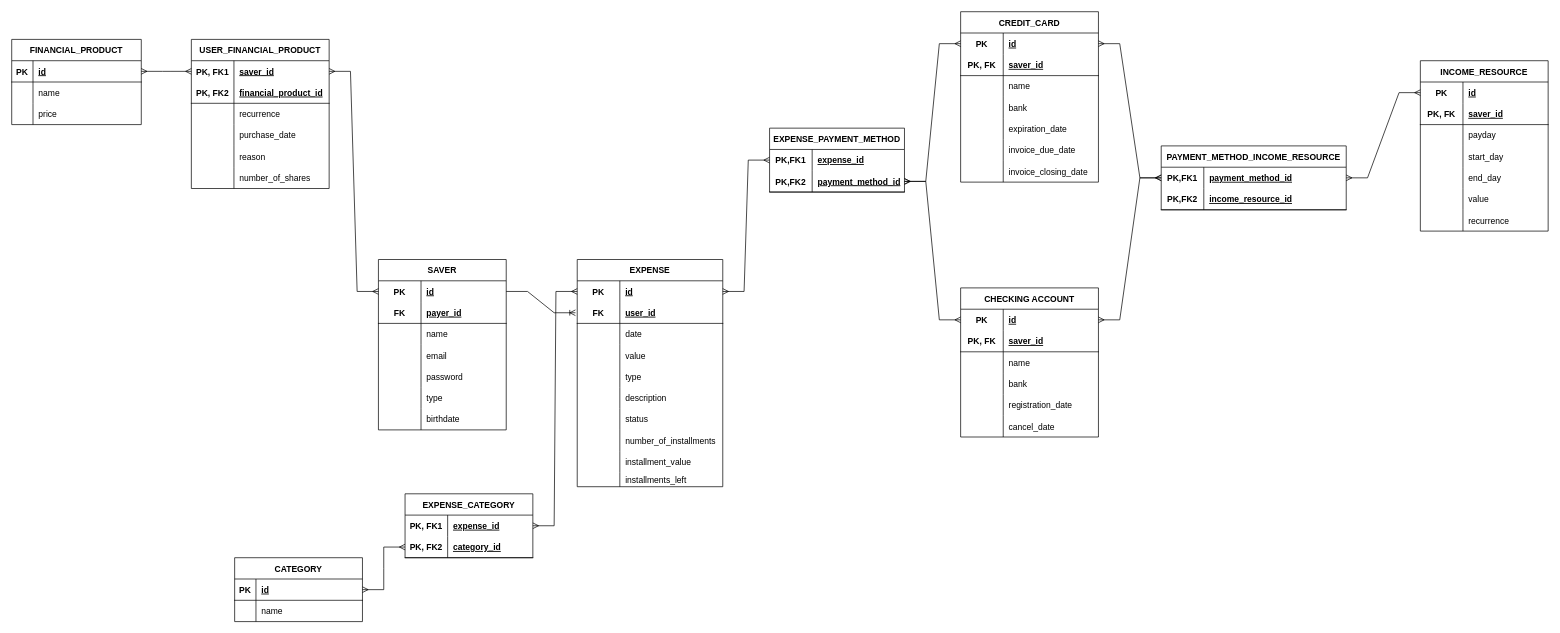
giogvn/FinalProjectCTEDS keeps this draw.io diagram as Data/DataDiagrams/logicalModel.drawio. Above is the earlier version. Source tidied: cells renumbered, new cells numbered last; positions are measured from the earlier drawing's top-left corner, leaving out a move shared by most shapes. Both pictures are drawn from the tidied source at 71%, with x=0, y=0 at pixel (11, 11).
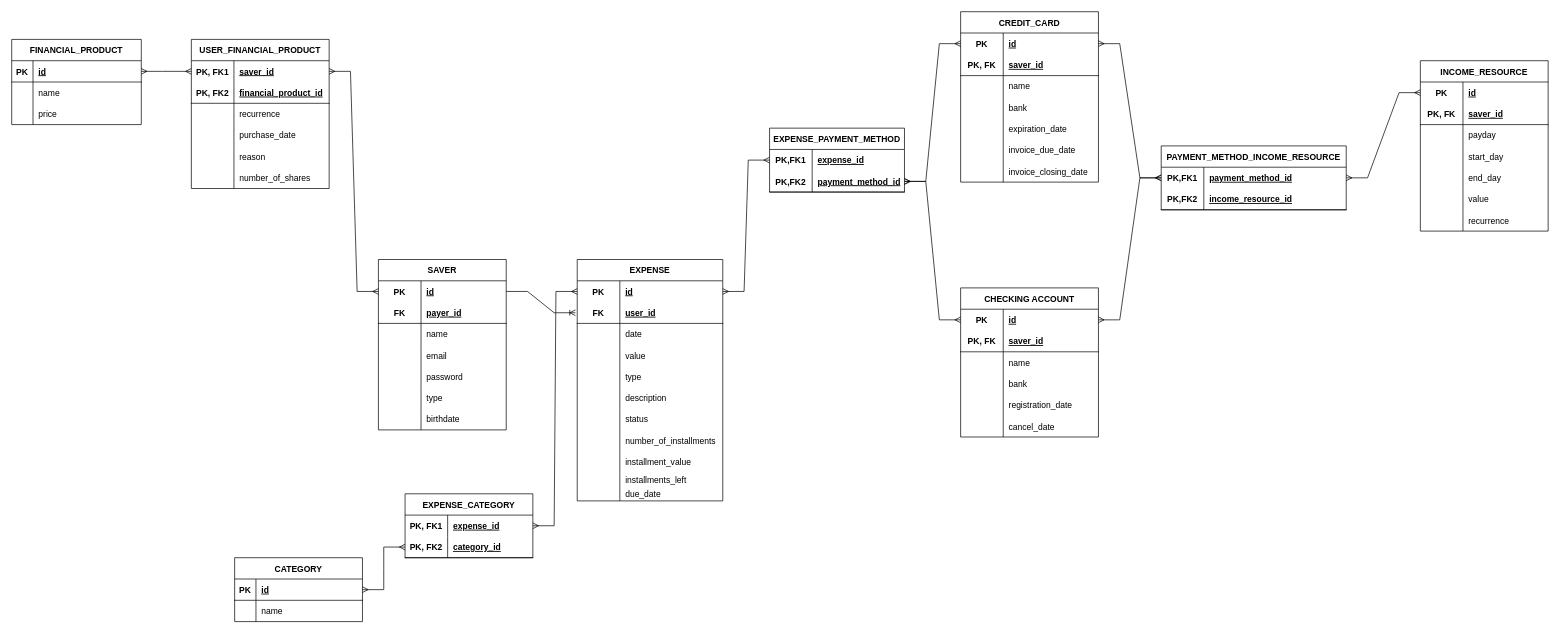
Above is the later version.

The edit, as a diff of the source:
```diff
@@
     <mxCell id="24" value="EXPENSE" style="shape=table;startSize=30;childLayout=tableLayout;rowLines=0;fontStyle=1;align=center;" parent="1" vertex="1">
-      <mxGeometry x="796.5" y="349" width="205" height="320" as="geometry" />
+      <mxGeometry x="796.5" y="349" width="205" height="340" as="geometry" />
     </mxCell>
@@
+    <mxCell id="188" style="shape=tableRow;horizontal=0;startSize=0;swimlaneHead=0;swimlaneBody=0;fillColor=none;top=0;left=0;right=0;bottom=0;" parent="24" vertex="1">
+      <mxGeometry y="320" width="205" height="20" as="geometry" />
+    </mxCell>
+    <mxCell id="189" style="shape=partialRectangle;fillColor=none;top=0;left=0;bottom=0;right=0;overflow=hidden;" parent="188" vertex="1">
+      <mxGeometry width="60" height="20" as="geometry" />
+    </mxCell>
+    <mxCell id="190" value="due_date" style="shape=partialRectangle;fillColor=none;top=0;left=0;bottom=0;right=0;align=left;spacingLeft=6;overflow=hidden;" parent="188" vertex="1">
+      <mxGeometry x="60" width="145" height="20" as="geometry" />
+    </mxCell>
```
